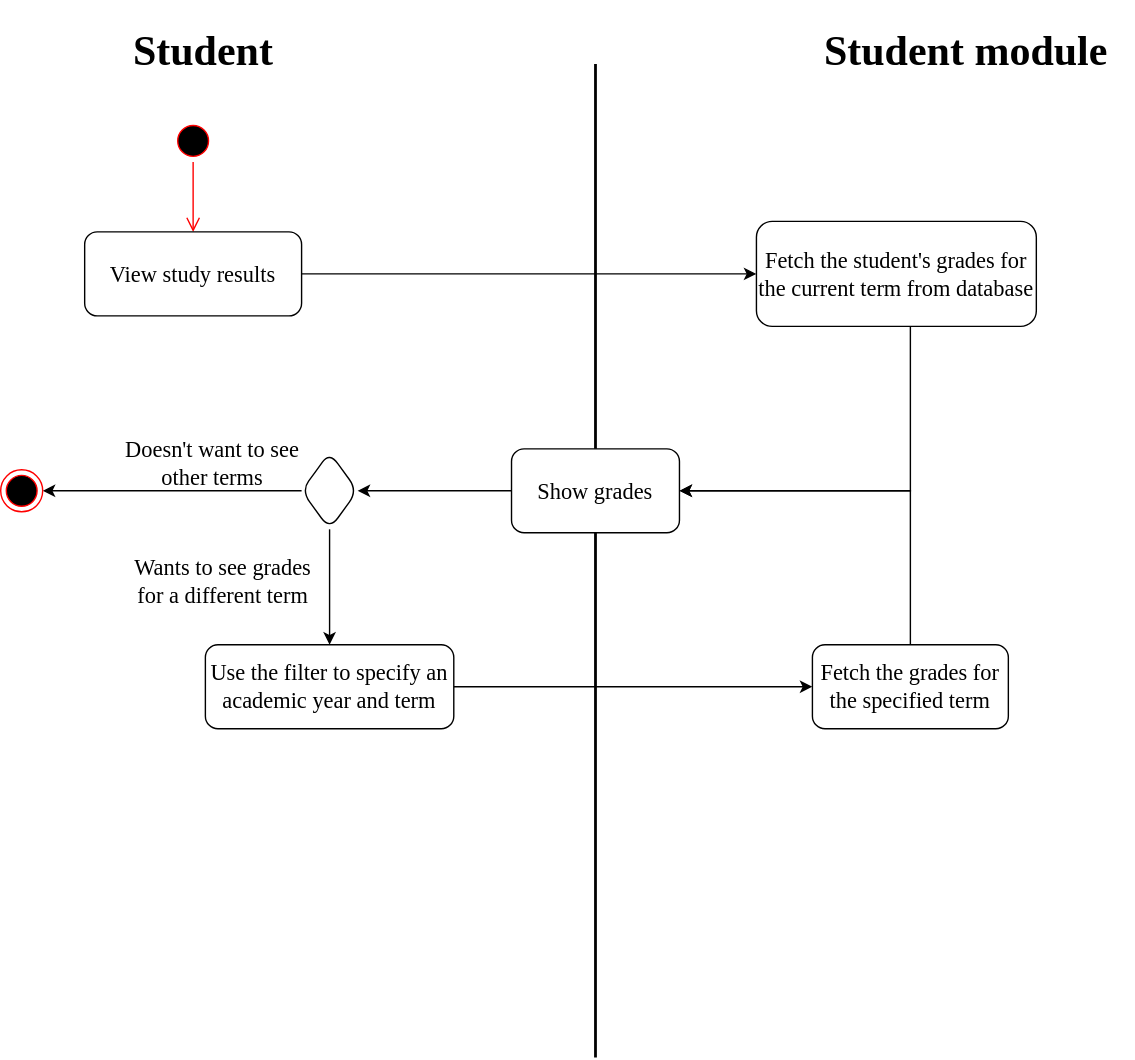
Above: activity-diagrams/view-results.svg in Kwantigon/software-engineering-intro (draw.io), before the change. Source tidied: cells renumbered, new cells last; positions are measured from the earlier drawing's top-left corner, leaving out a move shared by most shapes.
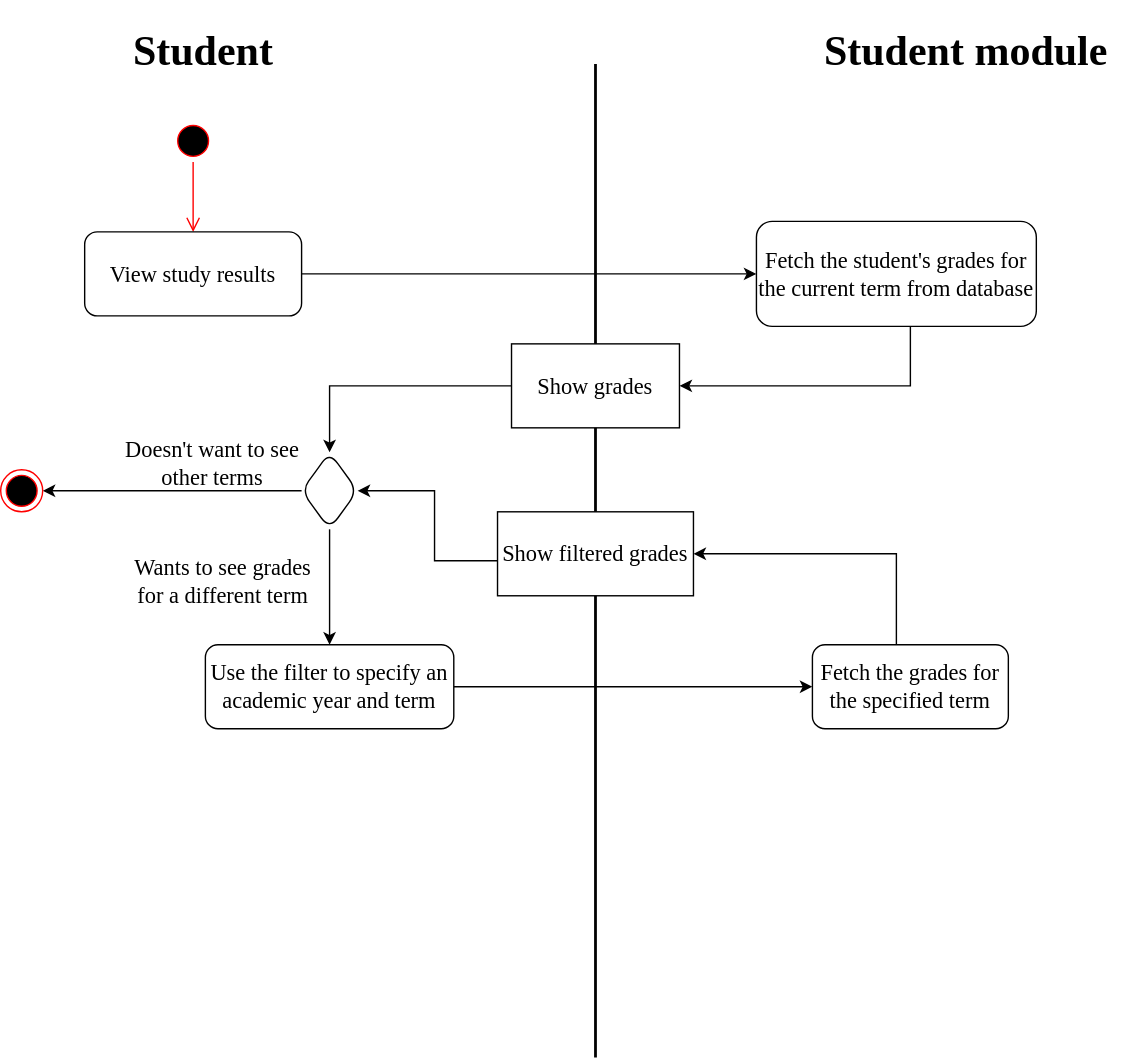
After the change.

Diff of the diagram source:
```diff
@@ -23,10 +23,10 @@
     <mxCell id="8" value="&lt;font style=&quot;font-size: 16px&quot; face=&quot;Times New Roman&quot;&gt;View study results&lt;/font&gt;" style="rounded=1;whiteSpace=wrap;html=1;" parent="1" vertex="1">
       <mxGeometry x="60" y="165" width="155" height="60" as="geometry" />
     </mxCell>
-    <mxCell id="9" style="edgeStyle=orthogonalEdgeStyle;rounded=0;jettySize=auto;html=1;" parent="1" edge="1" source="10" target="12">
+    <mxCell id="9" style="edgeStyle=orthogonalEdgeStyle;rounded=0;jettySize=auto;html=1;entryX=1;entryY=0.5;entryDx=0;entryDy=0;" parent="1" edge="1" source="10" target="12">
       <mxGeometry relative="1" as="geometry">
         <Array as="points">
-          <mxPoint x="650" y="350" />
+          <mxPoint x="650" y="275" />
         </Array>
       </mxGeometry>
     </mxCell>
@@ -36,8 +36,8 @@
     <mxCell id="11" style="edgeStyle=orthogonalEdgeStyle;rounded=0;jettySize=auto;html=1;" parent="1" edge="1" source="12" target="19">
       <mxGeometry relative="1" as="geometry" />
     </mxCell>
-    <mxCell id="12" value="&lt;font style=&quot;font-size: 16px&quot; face=&quot;Times New Roman&quot;&gt;Show grades&lt;/font&gt;" style="whiteSpace=wrap;html=1;rounded=1;" parent="1" vertex="1">
-      <mxGeometry x="365" y="320" width="120" height="60" as="geometry" />
+    <mxCell id="12" value="&lt;font style=&quot;font-size: 16px&quot; face=&quot;Times New Roman&quot;&gt;Show grades&lt;/font&gt;" style="whiteSpace=wrap;html=1;rounded=0;" parent="1" vertex="1">
+      <mxGeometry x="365" y="245" width="120" height="60" as="geometry" />
     </mxCell>
     <mxCell id="13" style="edgeStyle=orthogonalEdgeStyle;rounded=0;jettySize=auto;html=1;" parent="1" edge="1" source="14" target="16">
       <mxGeometry relative="1" as="geometry">
@@ -49,13 +49,13 @@
     <mxCell id="14" value="&lt;font style=&quot;font-size: 16px&quot; face=&quot;Times New Roman&quot;&gt;Use the filter to specify an academic year and term&lt;/font&gt;" style="whiteSpace=wrap;html=1;rounded=1;" parent="1" vertex="1">
       <mxGeometry x="146.2" y="460" width="177.5" height="60" as="geometry" />
     </mxCell>
-    <mxCell id="15" style="edgeStyle=orthogonalEdgeStyle;rounded=0;jettySize=auto;html=1;entryX=1;entryY=0.5;entryDx=0;entryDy=0;" parent="1" edge="1" source="16" target="12">
-      <mxGeometry relative="1" as="geometry">
-        <Array as="points">
-          <mxPoint x="650" y="350" />
-        </Array>
-      </mxGeometry>
-    </mxCell>
+    <mxCell id="23" style="edgeStyle=orthogonalEdgeStyle;rounded=0;jettySize=auto;html=1;entryX=1;entryY=0.5;entryDx=0;entryDy=0;" parent="1" edge="1" source="16" target="25">
+      <mxGeometry relative="1" as="geometry">
+        <Array as="points">
+          <mxPoint x="640" y="395" />
+        </Array>
+      </mxGeometry>
+    </mxCell>
     <mxCell id="16" value="&lt;font style=&quot;font-size: 16px&quot; face=&quot;Times New Roman&quot;&gt;Fetch the grades for the specified term&lt;/font&gt;" style="whiteSpace=wrap;html=1;rounded=1;" parent="1" vertex="1">
       <mxGeometry x="580" y="460" width="140" height="60" as="geometry" />
     </mxCell>
@@ -77,5 +77,16 @@
     <mxCell id="22" value="&lt;font style=&quot;font-size: 16px&quot; face=&quot;Times New Roman&quot;&gt;Doesn't want to see other terms&lt;/font&gt;" style="text;html=1;strokeColor=none;fillColor=none;align=center;verticalAlign=middle;whiteSpace=wrap;rounded=0;" parent="1" vertex="1">
       <mxGeometry x="75" y="305" width="152.5" height="50" as="geometry" />
     </mxCell>
+    <mxCell id="24" style="edgeStyle=orthogonalEdgeStyle;rounded=0;jettySize=auto;html=1;" parent="1" edge="1" source="25" target="19">
+      <mxGeometry relative="1" as="geometry">
+        <Array as="points">
+          <mxPoint x="310" y="400" />
+          <mxPoint x="310" y="350" />
+        </Array>
+      </mxGeometry>
+    </mxCell>
+    <mxCell id="25" value="&lt;font style=&quot;font-size: 16px&quot; face=&quot;Times New Roman&quot;&gt;Show filtered grades&lt;/font&gt;" style="whiteSpace=wrap;html=1;rounded=0;" parent="1" vertex="1">
+      <mxGeometry x="355" y="365" width="140" height="60" as="geometry" />
+    </mxCell>
   </root>
 </mxGraphModel>
```
